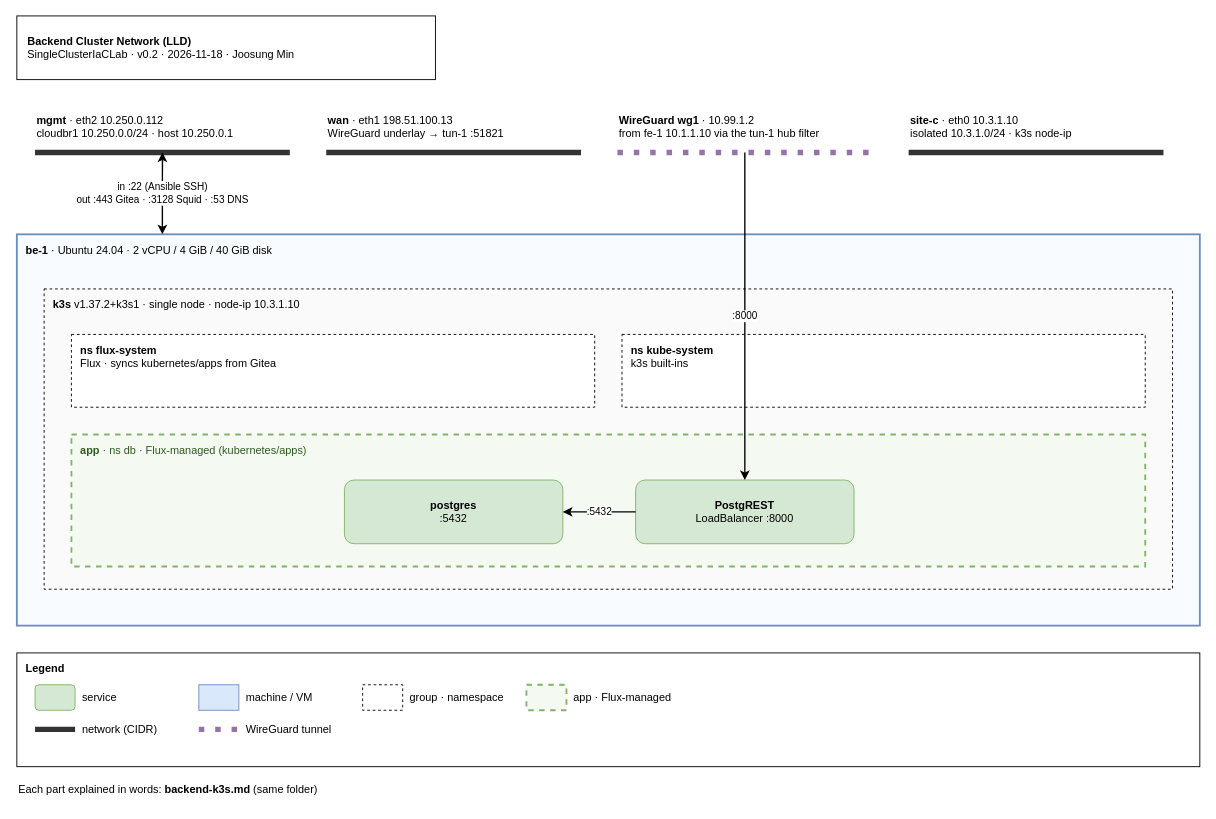
Earlier version of the draw.io diagram docs/diagram/lld/backend/backend-k3s.drawio (jmin1231/SingleClusterIaCLab). Source tidied: cells renumbered, new cells numbered last; positions are measured from the earlier drawing's top-left corner, leaving out a move shared by most shapes. Both pictures are drawn from the tidied source at 91%, with x=0, y=0 at pixel (16, 15).
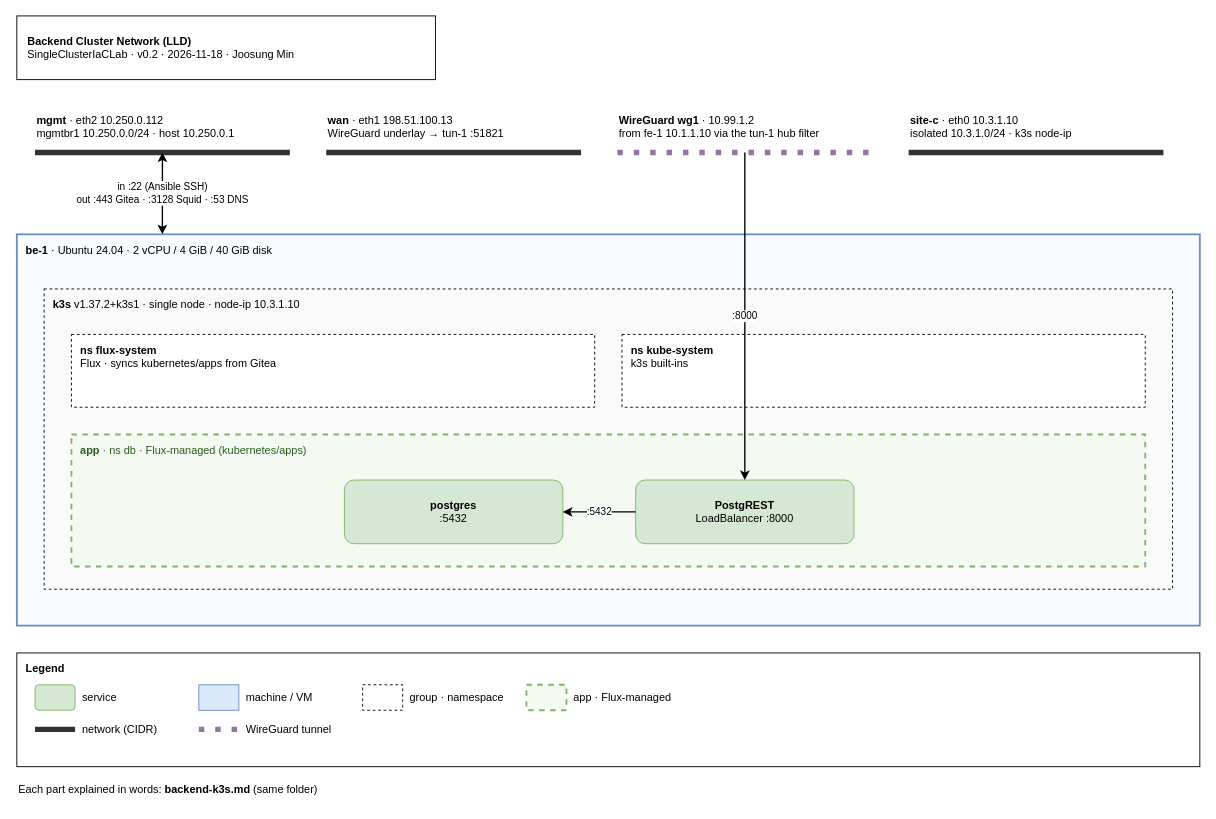
The same page after the edit.

Diff of the diagram source:
```diff
@@
-    <mxCell id="4" value="&lt;b&gt;mgmt&lt;/b&gt; · eth2 10.250.0.112&lt;br&gt;cloudbr1 10.250.0.0/24 · host 10.250.0.1" style="text;html=1;align=left;verticalAlign=middle;whiteSpace=wrap;" parent="1" vertex="1">
+    <mxCell id="4" value="&lt;b&gt;mgmt&lt;/b&gt; · eth2 10.250.0.112&lt;br&gt;mgmtbr1 10.250.0.0/24 · host 10.250.0.1" style="text;html=1;align=left;verticalAlign=middle;whiteSpace=wrap;" parent="1" vertex="1">
       <mxGeometry x="20" y="100" width="300" height="44" as="geometry" />
     </mxCell>
```
